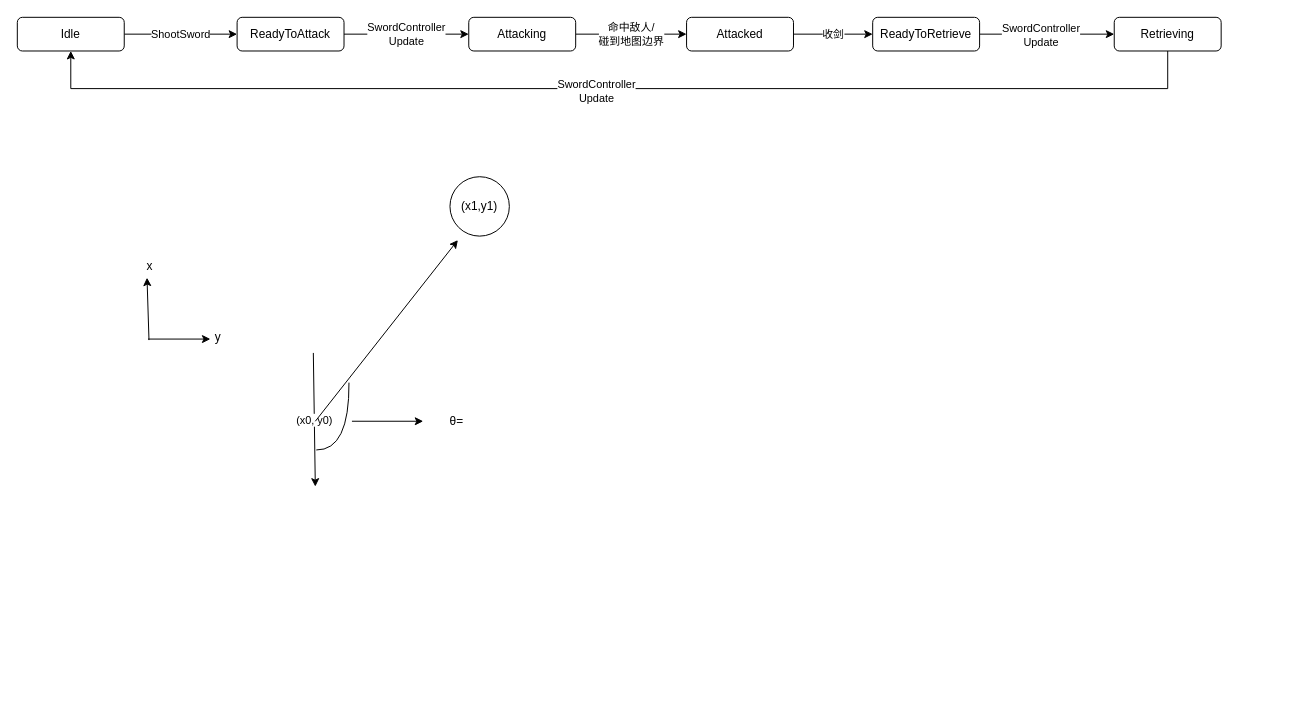
lancelodliu/draw.io keeps this draw.io diagram as page "Sword" (8 of 11) of WarmWater.drawio. Above is the earlier version. Source tidied: cells renumbered, new cells numbered last; positions are measured from the earlier drawing's top-left corner, leaving out a move shared by most shapes. Both pictures are drawn from the tidied source at 99%, with x=0, y=0 at pixel (17, 17).
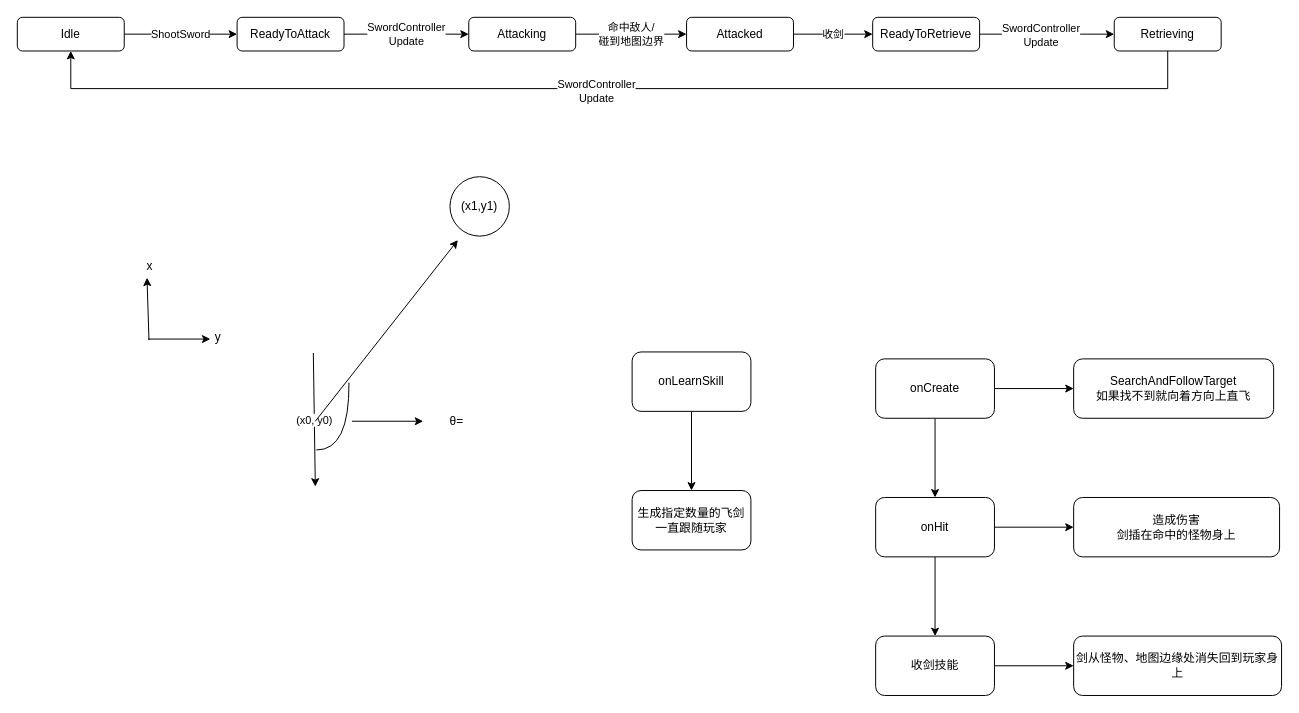
The same page after the edit.

What changed in the source:
```diff
@@
+    <mxCell id="26" style="edgeStyle=orthogonalEdgeStyle;rounded=0;jettySize=auto;html=1;" parent="1" edge="1" source="28" target="29">
+      <mxGeometry relative="1" as="geometry" />
+    </mxCell>
+    <mxCell id="27" style="edgeStyle=orthogonalEdgeStyle;rounded=0;jettySize=auto;html=1;" parent="1" edge="1" source="28" target="32">
+      <mxGeometry relative="1" as="geometry" />
+    </mxCell>
+    <mxCell id="28" value="onCreate" style="rounded=1;whiteSpace=wrap;html=1;" parent="1" vertex="1">
+      <mxGeometry x="867" y="345" width="120" height="60" as="geometry" />
+    </mxCell>
+    <mxCell id="29" value="SearchAndFollowTarget&lt;div&gt;如果找不到就向着方向上直飞&lt;/div&gt;" style="rounded=1;whiteSpace=wrap;html=1;" parent="1" vertex="1">
+      <mxGeometry x="1067" y="345" width="202" height="60" as="geometry" />
+    </mxCell>
+    <mxCell id="30" style="edgeStyle=orthogonalEdgeStyle;rounded=0;jettySize=auto;html=1;" parent="1" edge="1" source="32" target="33">
+      <mxGeometry relative="1" as="geometry" />
+    </mxCell>
+    <mxCell id="31" style="edgeStyle=orthogonalEdgeStyle;rounded=0;jettySize=auto;html=1;" parent="1" edge="1" source="32" target="35">
+      <mxGeometry relative="1" as="geometry" />
+    </mxCell>
+    <mxCell id="32" value="onHit" style="rounded=1;whiteSpace=wrap;html=1;" parent="1" vertex="1">
+      <mxGeometry x="867" y="485" width="120" height="60" as="geometry" />
+    </mxCell>
+    <mxCell id="33" value="造成伤害&lt;div&gt;剑插在命中的怪物身上&lt;/div&gt;" style="rounded=1;whiteSpace=wrap;html=1;" parent="1" vertex="1">
+      <mxGeometry x="1067" y="485" width="208" height="60" as="geometry" />
+    </mxCell>
+    <mxCell id="34" style="edgeStyle=orthogonalEdgeStyle;rounded=0;jettySize=auto;html=1;" parent="1" edge="1" source="35" target="36">
+      <mxGeometry relative="1" as="geometry" />
+    </mxCell>
+    <mxCell id="35" value="收剑技能" style="rounded=1;whiteSpace=wrap;html=1;" parent="1" vertex="1">
+      <mxGeometry x="867" y="625" width="120" height="60" as="geometry" />
+    </mxCell>
+    <mxCell id="36" value="剑从怪物、地图边缘处消失回到玩家身上" style="rounded=1;whiteSpace=wrap;html=1;" parent="1" vertex="1">
+      <mxGeometry x="1067" y="625" width="210" height="60" as="geometry" />
+    </mxCell>
+    <mxCell id="37" style="edgeStyle=orthogonalEdgeStyle;rounded=0;jettySize=auto;html=1;" parent="1" edge="1" source="38" target="39">
+      <mxGeometry relative="1" as="geometry" />
+    </mxCell>
+    <mxCell id="38" value="onLearnSkill" style="rounded=1;whiteSpace=wrap;html=1;" parent="1" vertex="1">
+      <mxGeometry x="621" y="338" width="120" height="60" as="geometry" />
+    </mxCell>
+    <mxCell id="39" value="生成指定数量的飞剑&lt;div&gt;一直跟随玩家&lt;/div&gt;" style="rounded=1;whiteSpace=wrap;html=1;" parent="1" vertex="1">
+      <mxGeometry x="621" y="478" width="120" height="60" as="geometry" />
+    </mxCell>
```
